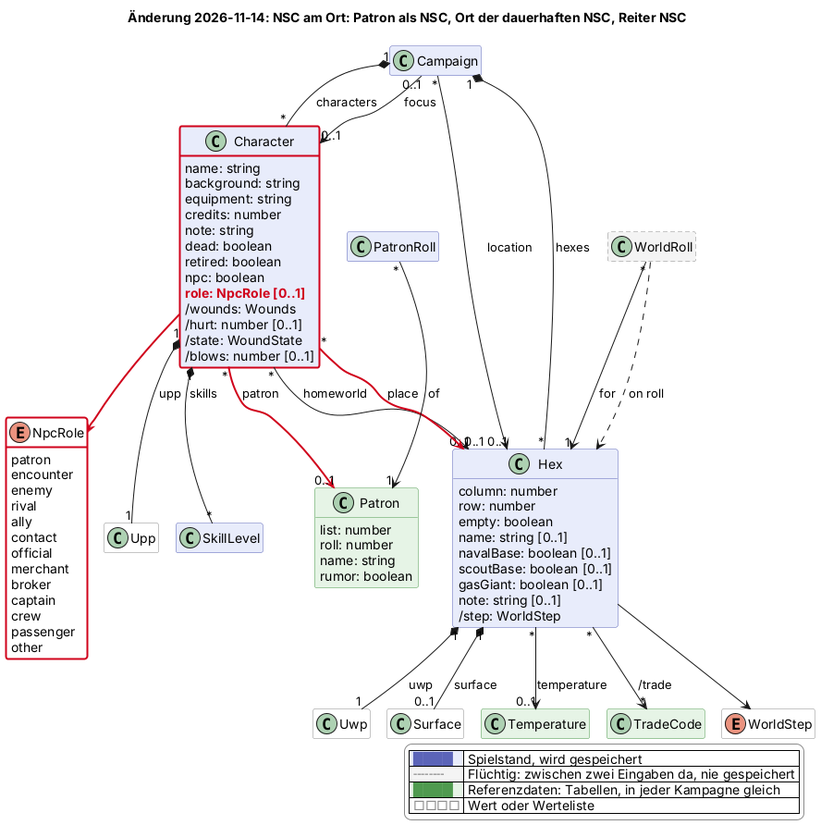
scuzzar/SRE keeps this PlantUML diagram as docs/changes/2026-11-14-nsc-am-ort.png. Above is the earlier version.
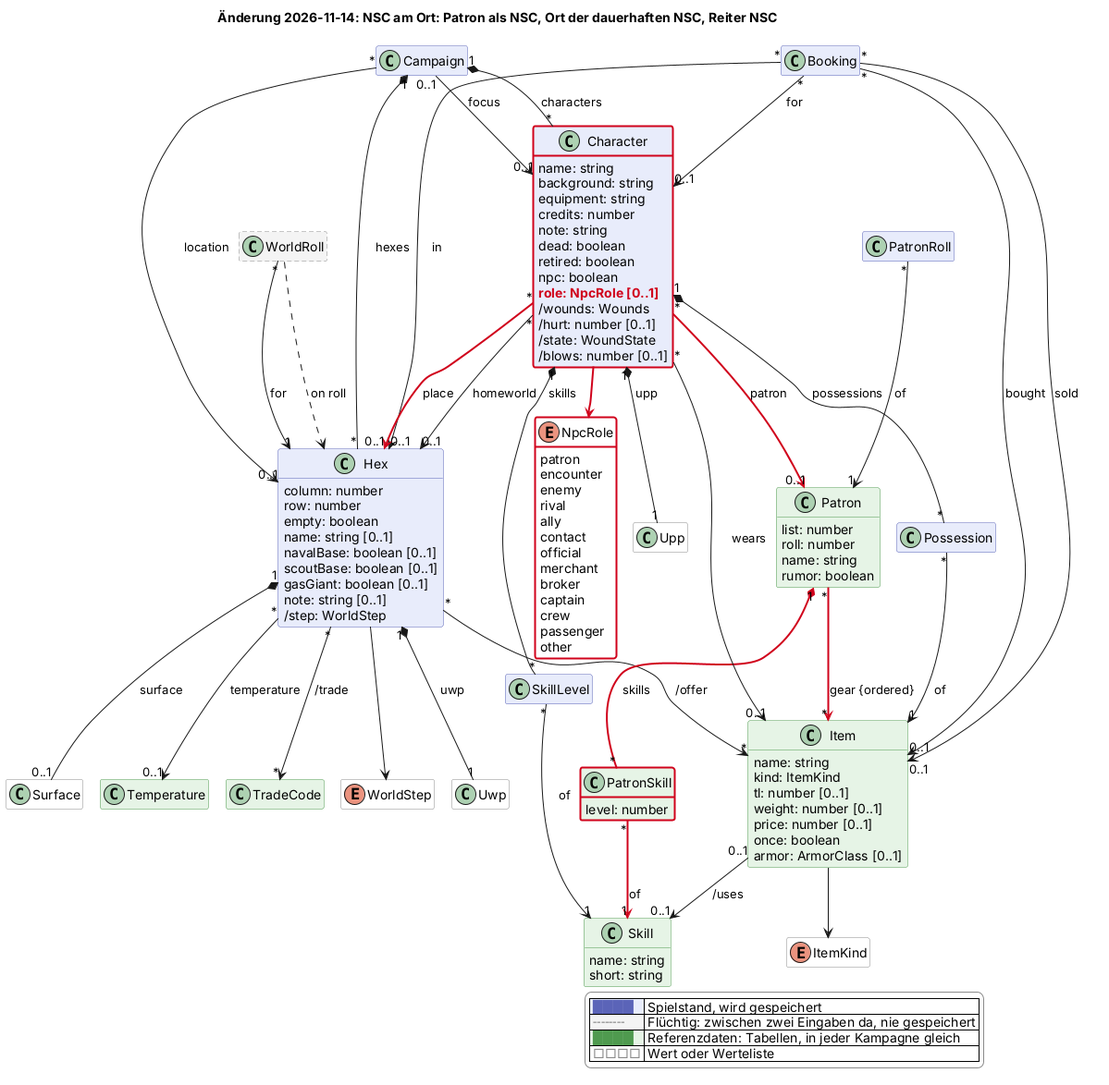
The same diagram one commit later.

The edit, as a diff of the source:
```diff
@@ -68,6 +68,7 @@
 hide <<value>> stereotype
 
   class Campaign $kampagne
+  class Booking $shop
   class Character $charakter {
     name: string
     background: string
@@ -100,6 +101,7 @@
   }
   class Upp <<value>> $charakter
   class SkillLevel $charakter
+  class Possession $shop
 
 
   class Hex $sektor {
@@ -125,7 +127,24 @@
     name: string
     rumor: boolean
   }
+  class PatronSkill <<reference>> $begegnung $newClass("2026-11-14") {
+    level: number
+  }
 
+  class Skill <<reference>> $charakter {
+    name: string
+    short: string
+  }
+  class Item <<reference>> $shop {
+    name: string
+    kind: ItemKind
+    tl: number [0..1]
+    weight: number [0..1]
+    price: number [0..1]
+    once: boolean
+    armor: ArmorClass [0..1]
+  }
+  enum ItemKind <<value>> $shop
   class Surface <<value>> $sektor
   class Temperature <<reference>> $sektor
   class TradeCode <<reference>> $sektor
@@ -134,6 +153,10 @@
 Campaign "1" *-- "*" Character : characters
 Campaign "0..1" --> "0..1" Character : focus
 Campaign "*" --> "0..1" Hex : location
+Booking "*" --> "0..1" Character : for
+Booking "*" --> "0..1" Item : bought
+Booking "*" --> "0..1" Item : sold
+Booking "*" --> "0..1" Hex : in
 
 
 Character "*" --> "0..1" Hex : homeworld
@@ -153,12 +176,22 @@
 
 Character "1" *-- "1" Upp : upp
 Character "1" *-- "*" SkillLevel : skills
+SkillLevel "*" --> "1" Skill : of
+Character "1" *-- "*" Possession : possessions
+Possession "*" --> "1" Item : of
+Item --> ItemKind
+Item "0..1" --> "0..1" Skill : /uses
 
+Hex "*" --> "*" Item : /offer
 
 PatronRoll "*" --> "1" Patron : of
+Patron "1" *-$newArrow("2026-11-14")- "*" PatronSkill : skills
+PatronSkill "*" -$newArrow("2026-11-14")-> "1" Skill : of
+Patron "*" -$newArrow("2026-11-14")-> "*" Item : gear {ordered}
 
 
 
+Character "*" --> "0..1" Item : wears
 
 
 
```
